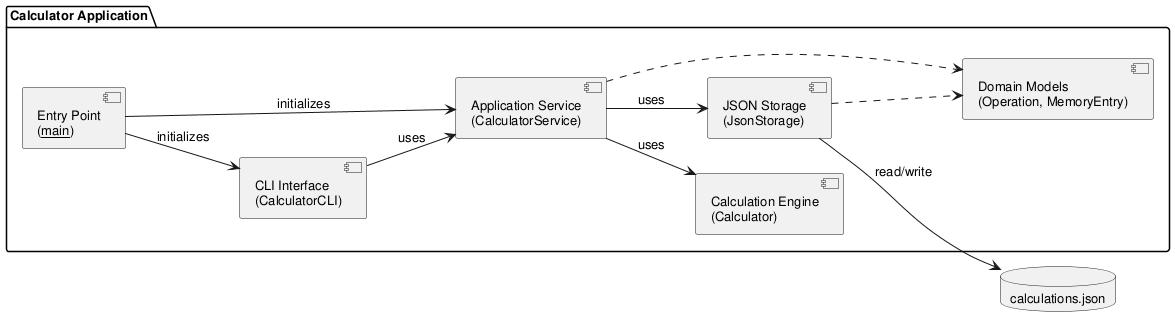
Before: experiments/pipeline/user_stories/calculator/artifacts/component_diagram.png, a diagram exported from PlantUML (DanielRiha8906/Software_autoevolution_using_agents).
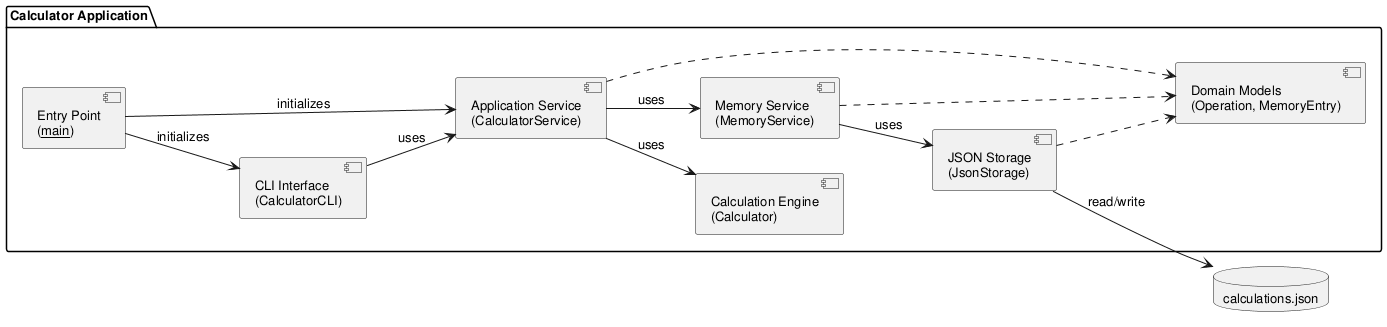
After the commit.

The edit, as a diff of the source:
```diff
@@ -10,6 +10,7 @@
     component "CLI Interface\n(CalculatorCLI)" as CLI
     component "Application Service\n(CalculatorService)" as Service
     component "Calculation Engine\n(Calculator)" as Calc
+    component "Memory Service\n(MemoryService)" as Memory
     component "JSON Storage\n(JsonStorage)" as Store
     component "Domain Models\n(Operation, MemoryEntry)" as Models
 
@@ -18,9 +19,11 @@
 
     CLI --> Service : uses
     Service --> Calc : uses
-    Service --> Store : uses
+    Service --> Memory : uses
+    Memory --> Store : uses
 
     Service ..> Models
+    Memory ..> Models
     Store ..> Models
 }
 
```
